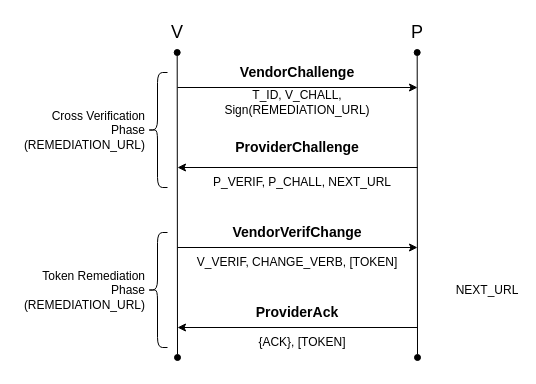
Before: page "vendor-remediation" (2 of 3) of protocol/protocol.drawio in dubniczky/Cardless-Transaction-Protocol, a draw.io diagram. Source tidied: cells renumbered, new cells numbered last; positions are measured from the earlier drawing's top-left corner, leaving out a move shared by most shapes. Both pictures are drawn from the tidied source at 100%, with x=0, y=0 at pixel (87, 17).
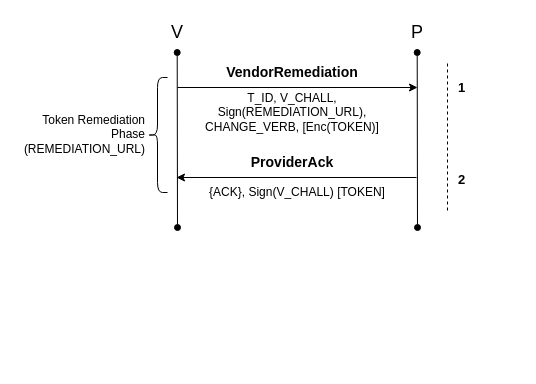
Above is the later version.

Commit message (it also covers changes not shown here):
Updated remediation and revision to single round trip

The edit, as a diff of the source:
```diff
@@
     <mxCell id="2" style="endArrow=oval;html=1;rounded=0;startArrow=oval;startFill=1;endFill=1;" parent="1" edge="1">
       <mxGeometry relative="1" as="geometry">
-        <mxPoint x="90" y="340" as="sourcePoint" />
+        <mxPoint x="90" y="210" as="sourcePoint" />
         <mxPoint x="89.7" y="35" as="targetPoint" />
       </mxGeometry>
     </mxCell>
     <mxCell id="3" style="endArrow=oval;html=1;rounded=0;startArrow=oval;startFill=1;endFill=1;" parent="1" edge="1">
       <mxGeometry relative="1" as="geometry">
-        <mxPoint x="330" y="340" as="sourcePoint" />
+        <mxPoint x="330" y="210" as="sourcePoint" />
         <mxPoint x="329.7" y="35" as="targetPoint" />
       </mxGeometry>
     </mxCell>
@@
-    <mxCell id="7" value="&lt;b&gt;&lt;font style=&quot;font-size: 14px;&quot;&gt;VendorChallenge&lt;br&gt;&lt;/font&gt;&lt;/b&gt;" style="text;html=1;strokeColor=none;fillColor=none;align=center;verticalAlign=middle;whiteSpace=wrap;rounded=0;fontSize=12;" parent="1" vertex="1">
-      <mxGeometry x="180" y="40" width="60" height="30" as="geometry" />
+    <mxCell id="7" value="&lt;b&gt;&lt;font style=&quot;font-size: 14px;&quot;&gt;VendorRemediation&lt;br&gt;&lt;/font&gt;&lt;/b&gt;" style="text;html=1;strokeColor=none;fillColor=none;align=center;verticalAlign=middle;whiteSpace=wrap;rounded=0;fontSize=12;" parent="1" vertex="1">
+      <mxGeometry x="135" y="40" width="140" height="30" as="geometry" />
     </mxCell>
-    <mxCell id="8" value="T_ID, V_CHALL, Sign(REMEDIATION_URL)" style="text;html=1;strokeColor=none;fillColor=none;align=center;verticalAlign=middle;whiteSpace=wrap;rounded=0;fontSize=12;" parent="1" vertex="1">
-      <mxGeometry x="125" y="70" width="170" height="30" as="geometry" />
+    <mxCell id="8" value="T_ID, V_CHALL, Sign(REMEDIATION_URL), CHANGE_VERB, [Enc(TOKEN)]" style="text;html=1;strokeColor=none;fillColor=none;align=center;verticalAlign=middle;whiteSpace=wrap;rounded=0;fontSize=12;" parent="1" vertex="1">
+      <mxGeometry x="100" y="70" width="210" height="50" as="geometry" />
     </mxCell>
-    <mxCell id="9" style="endArrow=classic;html=1;rounded=0;fontSize=12;" parent="1" edge="1">
-      <mxGeometry relative="1" as="geometry">
-        <mxPoint x="330" y="150" as="sourcePoint" />
-        <mxPoint x="90" y="150" as="targetPoint" />
-      </mxGeometry>
-    </mxCell>
-    <mxCell id="10" value="&lt;b&gt;&lt;font style=&quot;font-size: 14px;&quot;&gt;ProviderChallenge&lt;br&gt;&lt;/font&gt;&lt;/b&gt;" style="text;html=1;strokeColor=none;fillColor=none;align=center;verticalAlign=middle;whiteSpace=wrap;rounded=0;fontSize=12;" parent="1" vertex="1">
-      <mxGeometry x="180" y="115" width="60" height="30" as="geometry" />
-    </mxCell>
-    <mxCell id="11" value="P_VERIF, P_CHALL, NEXT_URL" style="text;html=1;strokeColor=none;fillColor=none;align=center;verticalAlign=middle;whiteSpace=wrap;rounded=0;fontSize=12;" parent="1" vertex="1">
-      <mxGeometry x="120" y="150" width="190" height="30" as="geometry" />
-    </mxCell>
-    <mxCell id="12" style="endArrow=classic;html=1;rounded=0;fontSize=12;" parent="1" edge="1">
-      <mxGeometry relative="1" as="geometry">
-        <mxPoint x="90" y="230" as="sourcePoint" />
-        <mxPoint x="330" y="230" as="targetPoint" />
-      </mxGeometry>
-    </mxCell>
-    <mxCell id="13" value="&lt;b&gt;&lt;font style=&quot;font-size: 14px;&quot;&gt;VendorVerifChange&lt;br&gt;&lt;/font&gt;&lt;/b&gt;" style="text;html=1;strokeColor=none;fillColor=none;align=center;verticalAlign=middle;whiteSpace=wrap;rounded=0;fontSize=12;" parent="1" vertex="1">
-      <mxGeometry x="180" y="200" width="60" height="30" as="geometry" />
-    </mxCell>
-    <mxCell id="14" value="V_VERIF, CHANGE_VERB, [TOKEN]" style="text;html=1;strokeColor=none;fillColor=none;align=center;verticalAlign=middle;whiteSpace=wrap;rounded=0;fontSize=12;" parent="1" vertex="1">
-      <mxGeometry x="100" y="230" width="220" height="30" as="geometry" />
-    </mxCell>
     <mxCell id="15" style="endArrow=classic;html=1;rounded=0;fontSize=12;" parent="1" edge="1">
       <mxGeometry relative="1" as="geometry">
-        <mxPoint x="330" y="310" as="sourcePoint" />
-        <mxPoint x="90" y="310" as="targetPoint" />
+        <mxPoint x="329" y="160" as="sourcePoint" />
+        <mxPoint x="89" y="160" as="targetPoint" />
       </mxGeometry>
     </mxCell>
     <mxCell id="16" value="&lt;b&gt;&lt;font style=&quot;font-size: 14px;&quot;&gt;ProviderAck&lt;br&gt;&lt;/font&gt;&lt;/b&gt;" style="text;html=1;strokeColor=none;fillColor=none;align=center;verticalAlign=middle;whiteSpace=wrap;rounded=0;fontSize=12;" parent="1" vertex="1">
-      <mxGeometry x="180" y="280" width="60" height="30" as="geometry" />
+      <mxGeometry x="175" y="130" width="60" height="30" as="geometry" />
     </mxCell>
-    <mxCell id="17" value="{ACK}, [TOKEN]" style="text;html=1;strokeColor=none;fillColor=none;align=center;verticalAlign=middle;whiteSpace=wrap;rounded=0;fontSize=12;" parent="1" vertex="1">
-      <mxGeometry x="120" y="310" width="190" height="30" as="geometry" />
+    <mxCell id="17" value="{ACK}, Sign(V_CHALL) [TOKEN]" style="text;html=1;strokeColor=none;fillColor=none;align=center;verticalAlign=middle;whiteSpace=wrap;rounded=0;fontSize=12;" parent="1" vertex="1">
+      <mxGeometry x="115" y="160" width="190" height="30" as="geometry" />
     </mxCell>
     <mxCell id="18" style="shape=curlyBracket;whiteSpace=wrap;html=1;rounded=1;flipH=0;fontSize=12;" parent="1" vertex="1">
-      <mxGeometry x="60" y="55" width="20" height="115" as="geometry" />
+      <mxGeometry x="60" y="60" width="20" height="115" as="geometry" />
     </mxCell>
-    <mxCell id="19" value="Cross Verification Phase&lt;br&gt;(REMEDIATION_URL)" style="text;html=1;strokeColor=none;fillColor=none;align=right;verticalAlign=middle;whiteSpace=wrap;rounded=0;fontSize=12;" parent="1" vertex="1">
-      <mxGeometry y="97.5" width="60" height="30" as="geometry" />
+    <mxCell id="19" value="Token Remediation Phase&lt;br&gt;(REMEDIATION_URL)" style="text;html=1;strokeColor=none;fillColor=none;align=right;verticalAlign=middle;whiteSpace=wrap;rounded=0;fontSize=12;" parent="1" vertex="1">
+      <mxGeometry x="-70" y="95.5" width="130" height="42.5" as="geometry" />
     </mxCell>
-    <mxCell id="20" style="shape=curlyBracket;whiteSpace=wrap;html=1;rounded=1;flipH=0;fontSize=12;" parent="1" vertex="1">
-      <mxGeometry x="60" y="215" width="20" height="115" as="geometry" />
-    </mxCell>
-    <mxCell id="21" value="NEXT_URL" style="text;html=1;strokeColor=none;fillColor=none;align=center;verticalAlign=middle;whiteSpace=wrap;rounded=0;fontSize=12;" parent="1" vertex="1">
-      <mxGeometry x="370" y="257.5" width="60" height="30" as="geometry" />
-    </mxCell>
-    <mxCell id="22" value="Token Remediation Phase&lt;br&gt;(REMEDIATION_URL)" style="text;html=1;strokeColor=none;fillColor=none;align=right;verticalAlign=middle;whiteSpace=wrap;rounded=0;fontSize=12;" parent="1" vertex="1">
-      <mxGeometry y="257.5" width="60" height="30" as="geometry" />
-    </mxCell>
+    <mxCell id="23" value="&lt;b style=&quot;font-size: 13px;&quot;&gt;1&lt;/b&gt;" style="text;html=1;strokeColor=none;fillColor=none;align=left;verticalAlign=middle;whiteSpace=wrap;rounded=0;fontSize=13;" parent="1" vertex="1">
+      <mxGeometry x="369" y="55" width="50" height="30" as="geometry" />
+    </mxCell>
+    <mxCell id="24" style="endArrow=none;dashed=1;html=1;" parent="1" edge="1">
+      <mxGeometry relative="1" as="geometry">
+        <mxPoint x="360" y="193" as="sourcePoint" />
+        <mxPoint x="360" y="43" as="targetPoint" />
+      </mxGeometry>
+    </mxCell>
+    <mxCell id="25" value="&lt;b style=&quot;font-size: 13px;&quot;&gt;2&lt;/b&gt;" style="text;html=1;strokeColor=none;fillColor=none;align=left;verticalAlign=middle;whiteSpace=wrap;rounded=0;fontSize=13;" parent="1" vertex="1">
+      <mxGeometry x="369" y="147" width="50" height="30" as="geometry" />
+    </mxCell>
```
